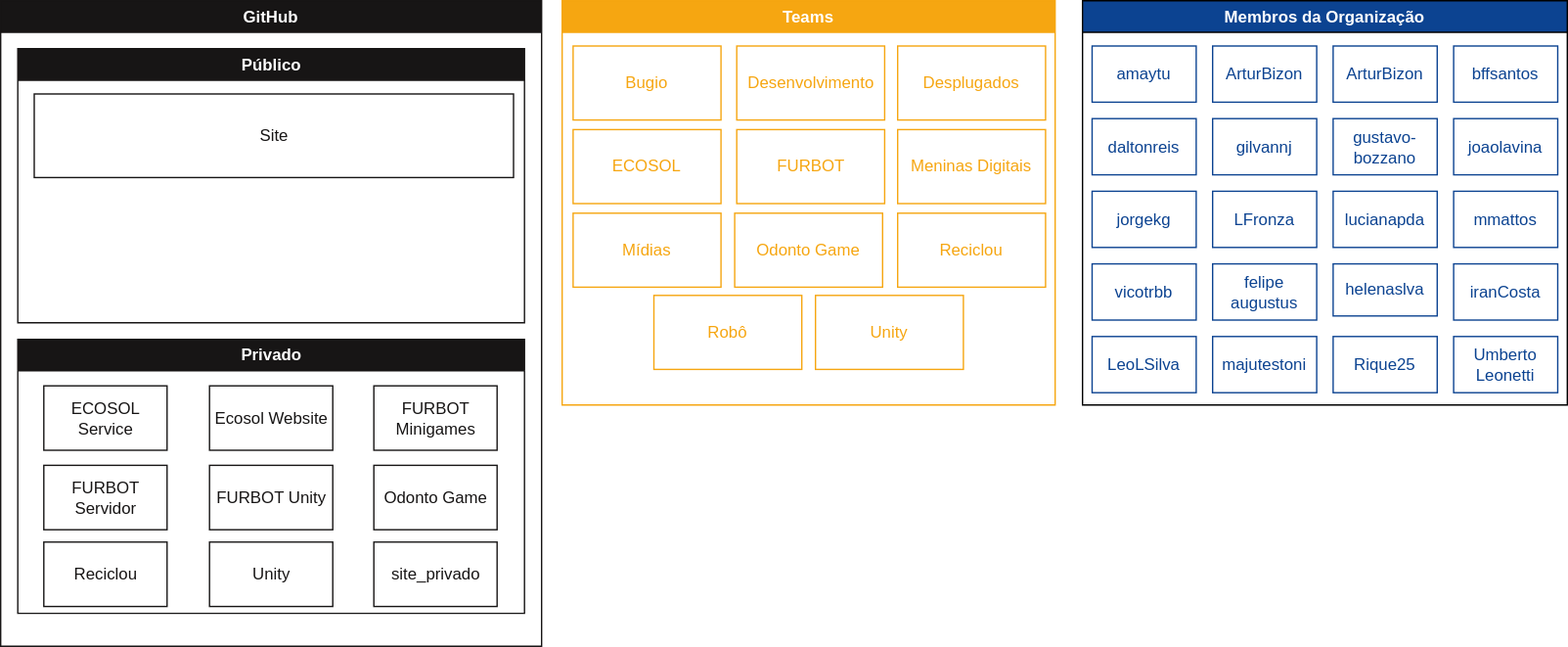
LDTTFURB/site keeps this draw.io diagram as organograma.drawio.svg. Above is the earlier version. Source tidied: cells renumbered, new cells last; positions are measured from the earlier drawing's top-left corner, leaving out a move shared by most shapes.
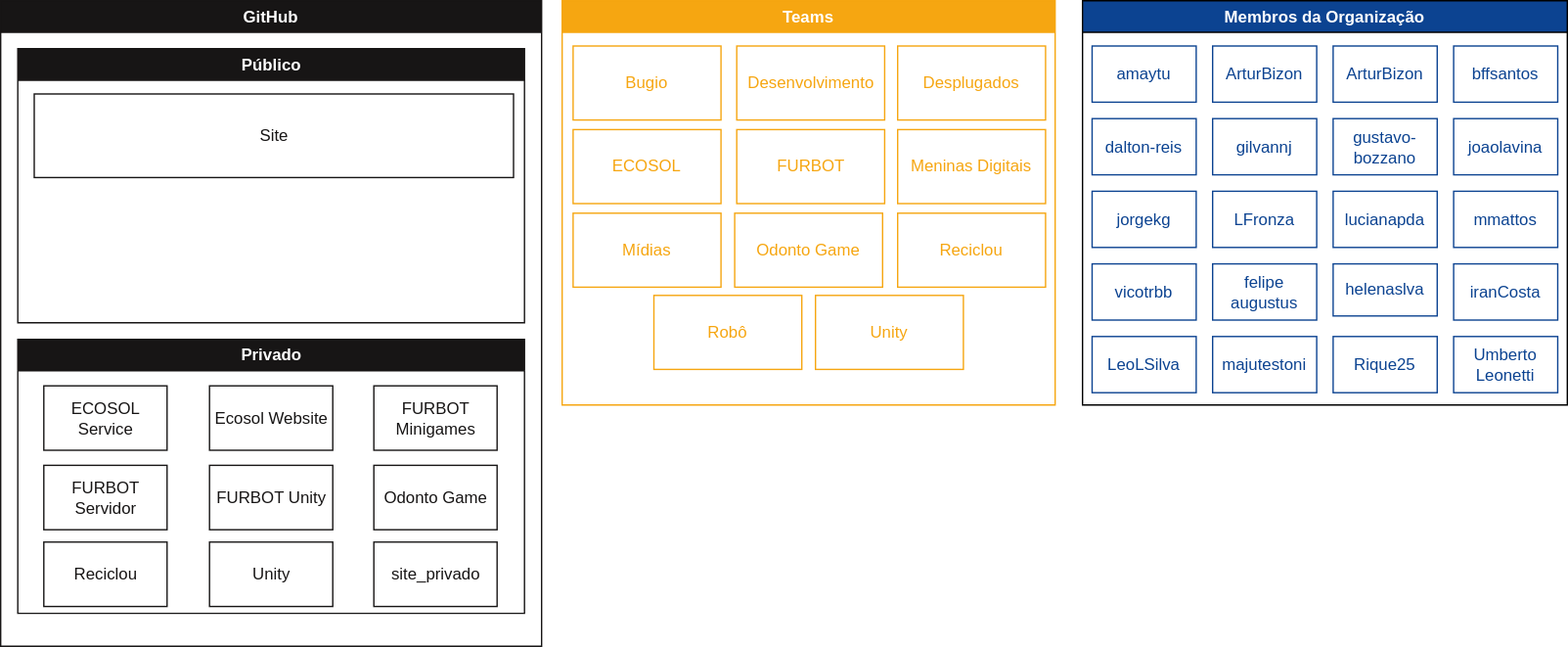
The same file after the commit.

Change to the diagram source:
```diff
@@ -56,7 +56,7 @@
     <mxCell id="19" value="&lt;font color=&quot;#0c4391&quot;&gt;bffsantos&lt;/font&gt;" style="whiteSpace=wrap;html=1;strokeColor=#0c4391;fillColor=#FFFFFF;" parent="15" vertex="1">
       <mxGeometry x="271" y="33" width="76" height="41" as="geometry" />
     </mxCell>
-    <mxCell id="20" value="&lt;font color=&quot;#0c4391&quot;&gt;daltonreis&lt;/font&gt;" style="whiteSpace=wrap;html=1;strokeColor=#0c4391;fillColor=#FFFFFF;" parent="15" vertex="1">
+    <mxCell id="20" value="&lt;font color=&quot;#0c4391&quot;&gt;dalton-reis&lt;/font&gt;" style="whiteSpace=wrap;html=1;strokeColor=#0c4391;fillColor=#FFFFFF;" parent="15" vertex="1">
       <mxGeometry x="7" y="86" width="76" height="41" as="geometry" />
     </mxCell>
     <mxCell id="21" value="&lt;font color=&quot;#0c4391&quot;&gt;gilvannj&lt;/font&gt;" style="whiteSpace=wrap;html=1;strokeColor=#0c4391;fillColor=#FFFFFF;" parent="15" vertex="1">
```
